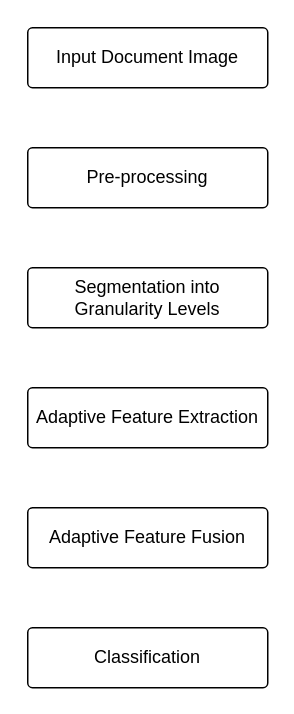
Above: MSAFF.drawio in vinayak-k24/DrawIO (draw.io), before the change. Source tidied: cells renumbered, new cells numbered last; positions are measured from the earlier drawing's top-left corner, leaving out a move shared by most shapes. Both pictures are drawn from the tidied source at 150%, with x=0, y=0 at pixel (27, 27).
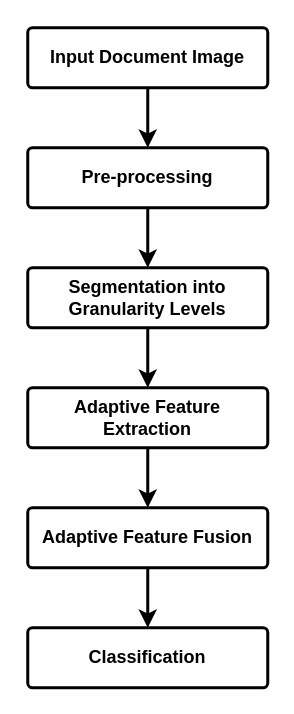
The same diagram, later.

What changed in the source:
```diff
@@
 <mxGraphModel>
   <root>
     <mxCell id="0" />
     <mxCell id="1" parent="0" />
+    <mxCell id="8" style="edgeStyle=orthogonalEdgeStyle;rounded=0;jettySize=auto;html=1;exitX=0.5;exitY=1;exitDx=0;exitDy=0;entryX=0.5;entryY=0;entryDx=0;entryDy=0;strokeWidth=2;fontStyle=1;" parent="1" edge="1" source="2" target="3">
+      <mxGeometry relative="1" as="geometry" />
+    </mxCell>
-    <mxCell id="2" value="Input Document Image" style="rounded=1;whiteSpace=wrap;html=1;arcSize=8;" parent="1" vertex="1">
+    <mxCell id="2" value="Input Document Image" style="rounded=1;whiteSpace=wrap;html=1;arcSize=8;strokeWidth=2;fontStyle=1;" parent="1" vertex="1">
       <mxGeometry width="160" height="40" as="geometry" />
     </mxCell>
+    <mxCell id="9" style="edgeStyle=orthogonalEdgeStyle;rounded=0;jettySize=auto;html=1;exitX=0.5;exitY=1;exitDx=0;exitDy=0;entryX=0.5;entryY=0;entryDx=0;entryDy=0;strokeWidth=2;fontStyle=1;" parent="1" edge="1" source="3" target="4">
+      <mxGeometry relative="1" as="geometry" />
+    </mxCell>
-    <mxCell id="3" value="Pre-processing" style="rounded=1;whiteSpace=wrap;html=1;arcSize=8;" parent="1" vertex="1">
+    <mxCell id="3" value="Pre-processing" style="rounded=1;whiteSpace=wrap;html=1;arcSize=8;strokeWidth=2;fontStyle=1;" parent="1" vertex="1">
       <mxGeometry y="80" width="160" height="40" as="geometry" />
     </mxCell>
+    <mxCell id="10" style="edgeStyle=orthogonalEdgeStyle;rounded=0;jettySize=auto;html=1;exitX=0.5;exitY=1;exitDx=0;exitDy=0;entryX=0.5;entryY=0;entryDx=0;entryDy=0;strokeWidth=2;fontStyle=1;" parent="1" edge="1" source="4" target="5">
+      <mxGeometry relative="1" as="geometry" />
+    </mxCell>
-    <mxCell id="4" value="Segmentation into Granularity Levels" style="rounded=1;whiteSpace=wrap;html=1;arcSize=8;" parent="1" vertex="1">
+    <mxCell id="4" value="Segmentation into Granularity Levels" style="rounded=1;whiteSpace=wrap;html=1;arcSize=8;strokeWidth=2;fontStyle=1;" parent="1" vertex="1">
       <mxGeometry y="160" width="160" height="40" as="geometry" />
     </mxCell>
+    <mxCell id="11" style="edgeStyle=orthogonalEdgeStyle;rounded=0;jettySize=auto;html=1;exitX=0.5;exitY=1;exitDx=0;exitDy=0;entryX=0.5;entryY=0;entryDx=0;entryDy=0;strokeWidth=2;fontStyle=1;" parent="1" edge="1" source="5" target="6">
+      <mxGeometry relative="1" as="geometry" />
+    </mxCell>
-    <mxCell id="5" value="Adaptive Feature Extraction" style="rounded=1;whiteSpace=wrap;html=1;arcSize=8;" parent="1" vertex="1">
+    <mxCell id="5" value="Adaptive Feature Extraction" style="rounded=1;whiteSpace=wrap;html=1;arcSize=8;strokeWidth=2;fontStyle=1;" parent="1" vertex="1">
       <mxGeometry y="240" width="160" height="40" as="geometry" />
     </mxCell>
+    <mxCell id="12" style="edgeStyle=orthogonalEdgeStyle;rounded=0;jettySize=auto;html=1;exitX=0.5;exitY=1;exitDx=0;exitDy=0;entryX=0.5;entryY=0;entryDx=0;entryDy=0;strokeWidth=2;fontStyle=1;" parent="1" edge="1" source="6" target="7">
+      <mxGeometry relative="1" as="geometry" />
+    </mxCell>
-    <mxCell id="6" value="Adaptive Feature Fusion" style="rounded=1;whiteSpace=wrap;html=1;arcSize=8;" parent="1" vertex="1">
+    <mxCell id="6" value="Adaptive Feature Fusion" style="rounded=1;whiteSpace=wrap;html=1;arcSize=8;strokeWidth=2;fontStyle=1;" parent="1" vertex="1">
       <mxGeometry y="320" width="160" height="40" as="geometry" />
     </mxCell>
-    <mxCell id="7" value="Classification" style="rounded=1;whiteSpace=wrap;html=1;arcSize=8;" parent="1" vertex="1">
+    <mxCell id="7" value="Classification" style="rounded=1;whiteSpace=wrap;html=1;arcSize=8;strokeWidth=2;fontStyle=1;" parent="1" vertex="1">
       <mxGeometry y="400" width="160" height="40" as="geometry" />
     </mxCell>
   </root>
 </mxGraphModel>
```
